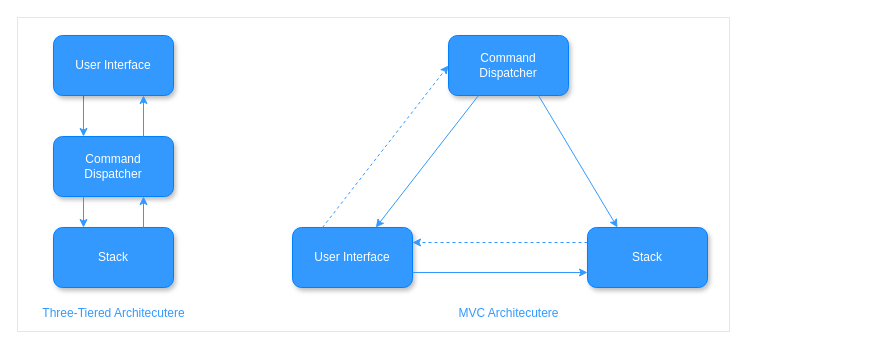
mrSchaffman/Cpp-Nimpo-Calculator keeps this draw.io diagram as page "Calculator Architecture options" (1 of 34) of Documents/Caluclator UML.drawio. Above is the earlier version. Source tidied: cells renumbered, new cells numbered last; positions are measured from the earlier drawing's top-left corner, leaving out a move shared by most shapes. Both pictures are drawn from the tidied source at 100%, with x=0, y=0 at pixel (17, 17).
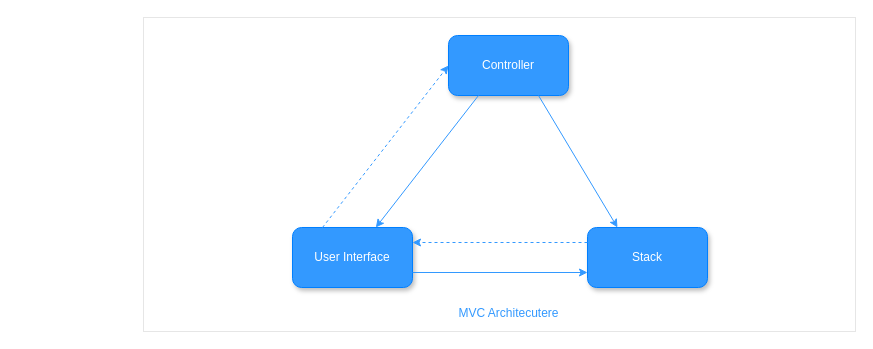
After the change.

Diff of the diagram source:
```diff
@@
 <mxGraphModel>
   <root>
     <mxCell id="0" />
     <mxCell id="1" parent="0" />
     <mxCell id="2" style="rounded=0;whiteSpace=wrap;html=1;fontColor=#007FFF;strokeColor=#E6E6E6;fillColor=none;" parent="1" vertex="1">
-      <mxGeometry width="712" height="314" as="geometry" />
+      <mxGeometry x="126" width="712" height="314" as="geometry" />
     </mxCell>
-    <mxCell id="3" style="edgeStyle=orthogonalEdgeStyle;rounded=0;jettySize=auto;html=1;fontColor=#3399FF;exitX=0.25;exitY=1;exitDx=0;exitDy=0;entryX=0.25;entryY=0;entryDx=0;entryDy=0;strokeColor=#3399FF;" parent="1" edge="1" source="4" target="6">
-      <mxGeometry relative="1" as="geometry" />
-    </mxCell>
-    <mxCell id="4" value="&lt;font color=&quot;#ffffff&quot;&gt;User Interface&lt;/font&gt;" style="rounded=1;whiteSpace=wrap;html=1;strokeColor=#007FFF;fillColor=#3399FF;shadow=1;" parent="1" vertex="1">
-      <mxGeometry x="36" y="18" width="120" height="60" as="geometry" />
-    </mxCell>
-    <mxCell id="5" value="&lt;font color=&quot;#ffffff&quot;&gt;Stack&lt;/font&gt;" style="rounded=1;whiteSpace=wrap;html=1;strokeColor=#007FFF;fillColor=#3399FF;shadow=1;" parent="1" vertex="1">
-      <mxGeometry x="36" y="210" width="120" height="60" as="geometry" />
-    </mxCell>
-    <mxCell id="6" value="&lt;font color=&quot;#ffffff&quot;&gt;Command &lt;br&gt;Dispatcher&lt;/font&gt;" style="rounded=1;whiteSpace=wrap;html=1;strokeColor=#007FFF;fillColor=#3399FF;shadow=1;" parent="1" vertex="1">
-      <mxGeometry x="36" y="119" width="120" height="60" as="geometry" />
-    </mxCell>
-    <mxCell id="7" style="edgeStyle=orthogonalEdgeStyle;rounded=0;jettySize=auto;html=1;fontColor=#3399FF;exitX=0.75;exitY=0;exitDx=0;exitDy=0;entryX=0.75;entryY=1;entryDx=0;entryDy=0;strokeColor=#3399FF;" parent="1" edge="1" source="5" target="6">
-      <mxGeometry relative="1" as="geometry" />
-    </mxCell>
-    <mxCell id="8" style="edgeStyle=orthogonalEdgeStyle;rounded=0;jettySize=auto;html=1;fontColor=#3399FF;exitX=0.25;exitY=1;exitDx=0;exitDy=0;entryX=0.25;entryY=0;entryDx=0;entryDy=0;strokeColor=#3399FF;" parent="1" edge="1" source="6" target="5">
-      <mxGeometry relative="1" as="geometry" />
-    </mxCell>
-    <mxCell id="9" style="edgeStyle=orthogonalEdgeStyle;rounded=0;jettySize=auto;html=1;fontColor=#3399FF;exitX=0.75;exitY=0;exitDx=0;exitDy=0;entryX=0.75;entryY=1;entryDx=0;entryDy=0;strokeColor=#3399FF;" parent="1" edge="1" source="6" target="4">
-      <mxGeometry relative="1" as="geometry" />
-    </mxCell>
-    <mxCell id="10" value="&lt;font color=&quot;#ffffff&quot;&gt;Command &lt;br&gt;Dispatcher&lt;/font&gt;" style="rounded=1;whiteSpace=wrap;html=1;strokeColor=#007FFF;fillColor=#3399FF;shadow=1;" parent="1" vertex="1">
+    <mxCell id="10" value="&lt;font color=&quot;#ffffff&quot;&gt;Controller&lt;/font&gt;" style="rounded=1;whiteSpace=wrap;html=1;strokeColor=#007FFF;fillColor=#3399FF;shadow=1;" parent="1" vertex="1">
       <mxGeometry x="431" y="18" width="120" height="60" as="geometry" />
     </mxCell>
     <mxCell id="11" value="&lt;font color=&quot;#ffffff&quot;&gt;Stack&lt;/font&gt;" style="rounded=1;whiteSpace=wrap;html=1;strokeColor=#007FFF;fillColor=#3399FF;shadow=1;" parent="1" vertex="1">
       <mxGeometry x="570" y="210" width="120" height="60" as="geometry" />
     </mxCell>
     <mxCell id="12" value="&lt;font color=&quot;#ffffff&quot;&gt;User Interface&lt;/font&gt;" style="rounded=1;whiteSpace=wrap;html=1;strokeColor=#007FFF;fillColor=#3399FF;shadow=1;" parent="1" vertex="1">
       <mxGeometry x="275" y="210" width="120" height="60" as="geometry" />
     </mxCell>
     <mxCell id="13" style="endArrow=classic;html=1;rounded=0;fontColor=#3399FF;strokeColor=#3399FF;entryX=1;entryY=0.25;entryDx=0;entryDy=0;exitX=0;exitY=0.25;exitDx=0;exitDy=0;dashed=1;" parent="1" edge="1" source="11" target="12">
       <mxGeometry relative="1" as="geometry" />
     </mxCell>
     <mxCell id="14" style="endArrow=classic;html=1;rounded=0;fontColor=#3399FF;strokeColor=#3399FF;entryX=0;entryY=0.75;entryDx=0;entryDy=0;exitX=1;exitY=0.75;exitDx=0;exitDy=0;" parent="1" edge="1" source="12" target="11">
       <mxGeometry relative="1" as="geometry" />
     </mxCell>
     <mxCell id="15" style="endArrow=classic;html=1;rounded=0;fontColor=#3399FF;strokeColor=#3399FF;exitX=0.25;exitY=1;exitDx=0;exitDy=0;" parent="1" edge="1" source="10" target="12">
       <mxGeometry relative="1" as="geometry" />
     </mxCell>
     <mxCell id="16" style="endArrow=classic;html=1;rounded=0;fontColor=#3399FF;strokeColor=#3399FF;exitX=0.75;exitY=1;exitDx=0;exitDy=0;entryX=0.25;entryY=0;entryDx=0;entryDy=0;" parent="1" edge="1" source="10" target="11">
       <mxGeometry relative="1" as="geometry" />
     </mxCell>
     <mxCell id="17" style="endArrow=classic;html=1;rounded=0;fontColor=#3399FF;strokeColor=#3399FF;exitX=0.25;exitY=0;exitDx=0;exitDy=0;entryX=0;entryY=0.5;entryDx=0;entryDy=0;dashed=1;" parent="1" edge="1" source="12" target="10">
       <mxGeometry relative="1" as="geometry" />
     </mxCell>
-    <mxCell id="18" value="Three-Tiered Architecutere" style="text;html=1;align=center;verticalAlign=middle;strokeColor=none;fillColor=none;fontColor=#3399FF;" parent="1" vertex="1">
-      <mxGeometry x="20" y="287" width="152" height="18" as="geometry" />
-    </mxCell>
     <mxCell id="19" value="MVC Architecutere" style="text;html=1;align=center;verticalAlign=middle;strokeColor=none;fillColor=none;fontColor=#3399FF;" parent="1" vertex="1">
       <mxGeometry x="436" y="287" width="110" height="18" as="geometry" />
     </mxCell>
   </root>
 </mxGraphModel>
```
